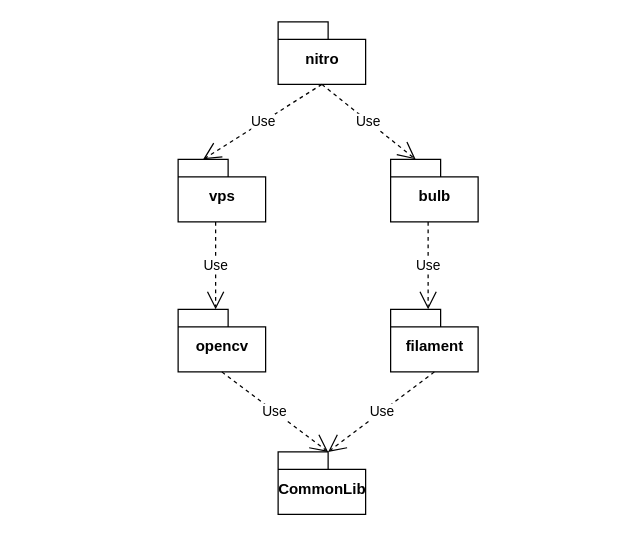
Earlier version of the draw.io diagram page "SDK 依赖关系" (4 of 12) of AR 客户端架构.drawio (wangziji/graphics). Source tidied: cells renumbered, new cells numbered last; positions are measured from the earlier drawing's top-left corner, leaving out a move shared by most shapes. Both pictures are drawn from the tidied source at 125%, with x=0, y=0 at pixel (178, 21).
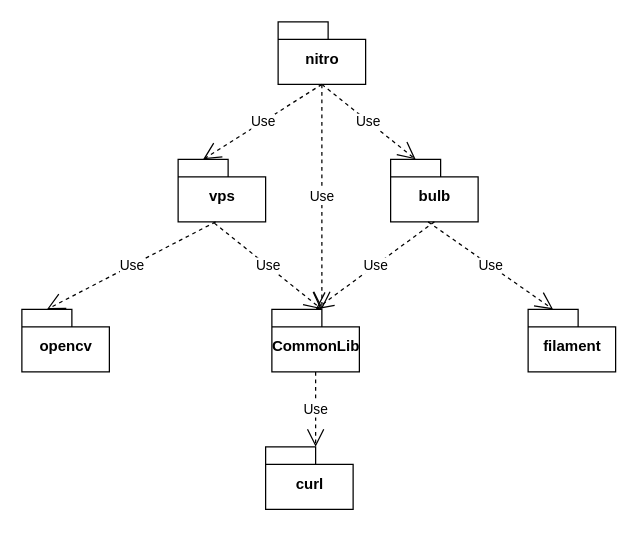
The same diagram, later.

What changed in the source:
```diff
@@
 <mxGraphModel>
   <root>
     <mxCell id="0" />
     <mxCell id="1" parent="0" />
     <mxCell id="2" value="nitro" style="shape=folder;fontStyle=1;spacingTop=10;tabWidth=40;tabHeight=14;tabPosition=left;html=1;" parent="1" vertex="1">
       <mxGeometry x="80" width="70" height="50" as="geometry" />
     </mxCell>
     <mxCell id="3" value="Use" style="endArrow=open;endSize=12;dashed=1;html=1;exitX=0.5;exitY=1;exitDx=0;exitDy=0;exitPerimeter=0;" parent="1" edge="1" source="2">
       <mxGeometry relative="1" as="geometry">
         <mxPoint x="20" y="110" as="targetPoint" />
       </mxGeometry>
     </mxCell>
     <mxCell id="4" value="vps" style="shape=folder;fontStyle=1;spacingTop=10;tabWidth=40;tabHeight=14;tabPosition=left;html=1;" parent="1" vertex="1">
       <mxGeometry y="110" width="70" height="50" as="geometry" />
     </mxCell>
     <mxCell id="5" value="bulb" style="shape=folder;fontStyle=1;spacingTop=10;tabWidth=40;tabHeight=14;tabPosition=left;html=1;" parent="1" vertex="1">
       <mxGeometry x="170" y="110" width="70" height="50" as="geometry" />
     </mxCell>
     <mxCell id="6" value="Use" style="endArrow=open;endSize=12;dashed=1;html=1;exitX=0.5;exitY=1;exitDx=0;exitDy=0;exitPerimeter=0;entryX=0;entryY=0;entryDx=20;entryDy=0;entryPerimeter=0;" parent="1" edge="1" source="2" target="5">
       <mxGeometry relative="1" as="geometry" />
     </mxCell>
     <mxCell id="7" value="opencv" style="shape=folder;fontStyle=1;spacingTop=10;tabWidth=40;tabHeight=14;tabPosition=left;html=1;" parent="1" vertex="1">
-      <mxGeometry y="230" width="70" height="50" as="geometry" />
+      <mxGeometry x="-125" y="230" width="70" height="50" as="geometry" />
     </mxCell>
     <mxCell id="8" value="filament" style="shape=folder;fontStyle=1;spacingTop=10;tabWidth=40;tabHeight=14;tabPosition=left;html=1;" parent="1" vertex="1">
-      <mxGeometry x="170" y="230" width="70" height="50" as="geometry" />
+      <mxGeometry x="280" y="230" width="70" height="50" as="geometry" />
     </mxCell>
-    <mxCell id="9" value="Use" style="endArrow=open;endSize=12;dashed=1;html=1;exitX=0.5;exitY=1;exitDx=0;exitDy=0;exitPerimeter=0;entryX=0;entryY=0;entryDx=20;entryDy=0;entryPerimeter=0;" parent="1" edge="1">
+    <mxCell id="9" value="Use" style="endArrow=open;endSize=12;dashed=1;html=1;exitX=0.5;exitY=1;exitDx=0;exitDy=0;exitPerimeter=0;entryX=0;entryY=0;entryDx=20;entryDy=0;entryPerimeter=0;" parent="1" edge="1" target="7">
       <mxGeometry relative="1" as="geometry">
         <mxPoint x="30" y="160" as="sourcePoint" />
-        <mxPoint x="30" y="230" as="targetPoint" />
       </mxGeometry>
     </mxCell>
-    <mxCell id="10" value="Use" style="endArrow=open;endSize=12;dashed=1;html=1;exitX=0.5;exitY=1;exitDx=0;exitDy=0;exitPerimeter=0;entryX=0;entryY=0;entryDx=20;entryDy=0;entryPerimeter=0;" parent="1" edge="1">
+    <mxCell id="10" value="Use" style="endArrow=open;endSize=12;dashed=1;html=1;exitX=0.5;exitY=1;exitDx=0;exitDy=0;exitPerimeter=0;entryX=0;entryY=0;entryDx=20;entryDy=0;entryPerimeter=0;" parent="1" edge="1" target="8">
       <mxGeometry relative="1" as="geometry">
         <mxPoint x="200" y="160" as="sourcePoint" />
-        <mxPoint x="200" y="230" as="targetPoint" />
       </mxGeometry>
     </mxCell>
     <mxCell id="11" value="CommonLib" style="shape=folder;fontStyle=1;spacingTop=10;tabWidth=40;tabHeight=14;tabPosition=left;html=1;" parent="1" vertex="1">
-      <mxGeometry x="80" y="344" width="70" height="50" as="geometry" />
+      <mxGeometry x="75" y="230" width="70" height="50" as="geometry" />
     </mxCell>
-    <mxCell id="12" value="Use" style="endArrow=open;endSize=12;dashed=1;html=1;exitX=0.5;exitY=1;exitDx=0;exitDy=0;exitPerimeter=0;entryX=0;entryY=0;entryDx=40;entryDy=0;entryPerimeter=0;" parent="1" edge="1" source="8" target="11">
+    <mxCell id="12" value="Use" style="endArrow=open;endSize=12;dashed=1;html=1;exitX=0.5;exitY=1;exitDx=0;exitDy=0;exitPerimeter=0;entryX=0;entryY=0;entryDx=40;entryDy=0;entryPerimeter=0;" parent="1" edge="1" source="2" target="11">
       <mxGeometry relative="1" as="geometry" />
     </mxCell>
-    <mxCell id="13" value="Use" style="endArrow=open;endSize=12;dashed=1;html=1;exitX=0.5;exitY=1;exitDx=0;exitDy=0;exitPerimeter=0;entryX=0;entryY=0;entryDx=40;entryDy=0;entryPerimeter=0;" parent="1" edge="1" source="7" target="11">
+    <mxCell id="13" value="Use" style="endArrow=open;endSize=12;dashed=1;html=1;exitX=0.414;exitY=1.02;exitDx=0;exitDy=0;exitPerimeter=0;entryX=0;entryY=0;entryDx=40;entryDy=0;entryPerimeter=0;" parent="1" edge="1" source="4" target="11">
       <mxGeometry relative="1" as="geometry" />
     </mxCell>
+    <mxCell id="14" value="Use" style="endArrow=open;endSize=12;dashed=1;html=1;exitX=0.5;exitY=1;exitDx=0;exitDy=0;exitPerimeter=0;" parent="1" edge="1" source="5">
+      <mxGeometry relative="1" as="geometry">
+        <mxPoint x="110" y="230" as="targetPoint" />
+      </mxGeometry>
+    </mxCell>
+    <mxCell id="15" value="curl" style="shape=folder;fontStyle=1;spacingTop=10;tabWidth=40;tabHeight=14;tabPosition=left;html=1;" parent="1" vertex="1">
+      <mxGeometry x="70" y="340" width="70" height="50" as="geometry" />
+    </mxCell>
+    <mxCell id="16" value="Use" style="endArrow=open;endSize=12;dashed=1;html=1;exitX=0.5;exitY=1;exitDx=0;exitDy=0;exitPerimeter=0;entryX=0;entryY=0;entryDx=40;entryDy=0;entryPerimeter=0;" parent="1" edge="1" source="11" target="15">
+      <mxGeometry relative="1" as="geometry" />
+    </mxCell>
   </root>
 </mxGraphModel>
```
